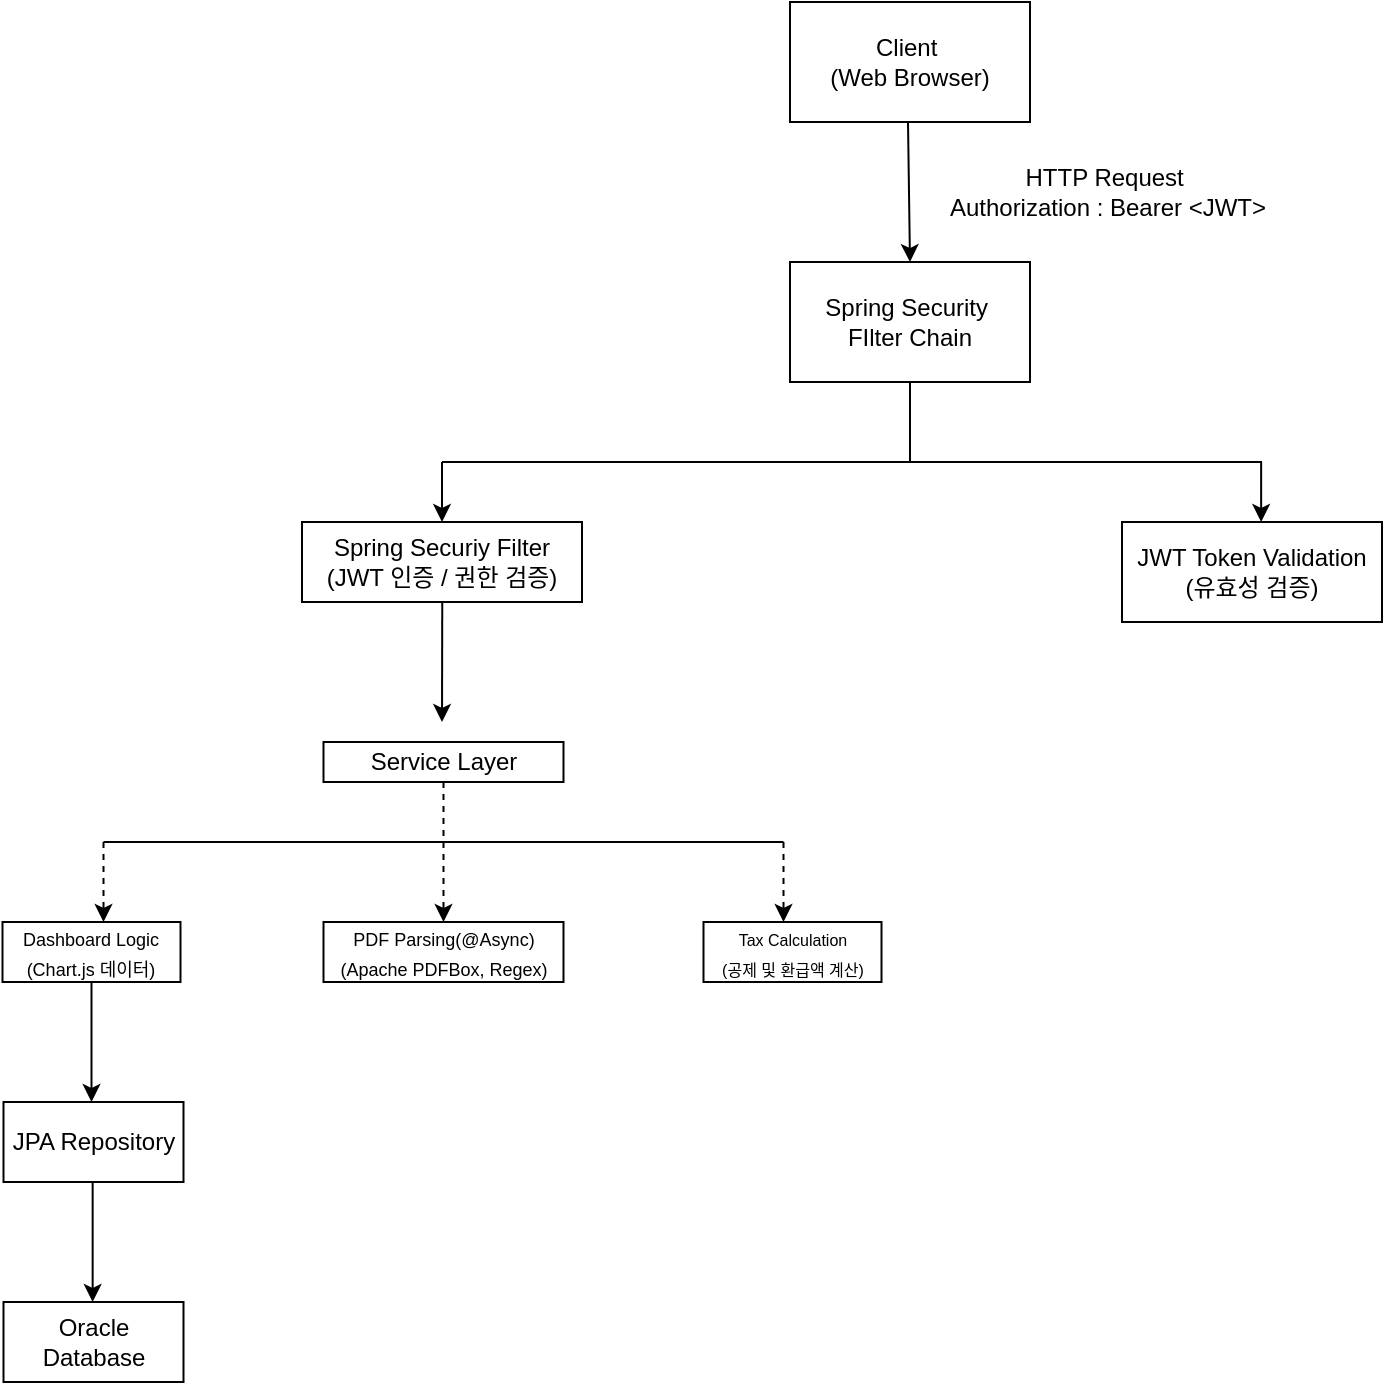
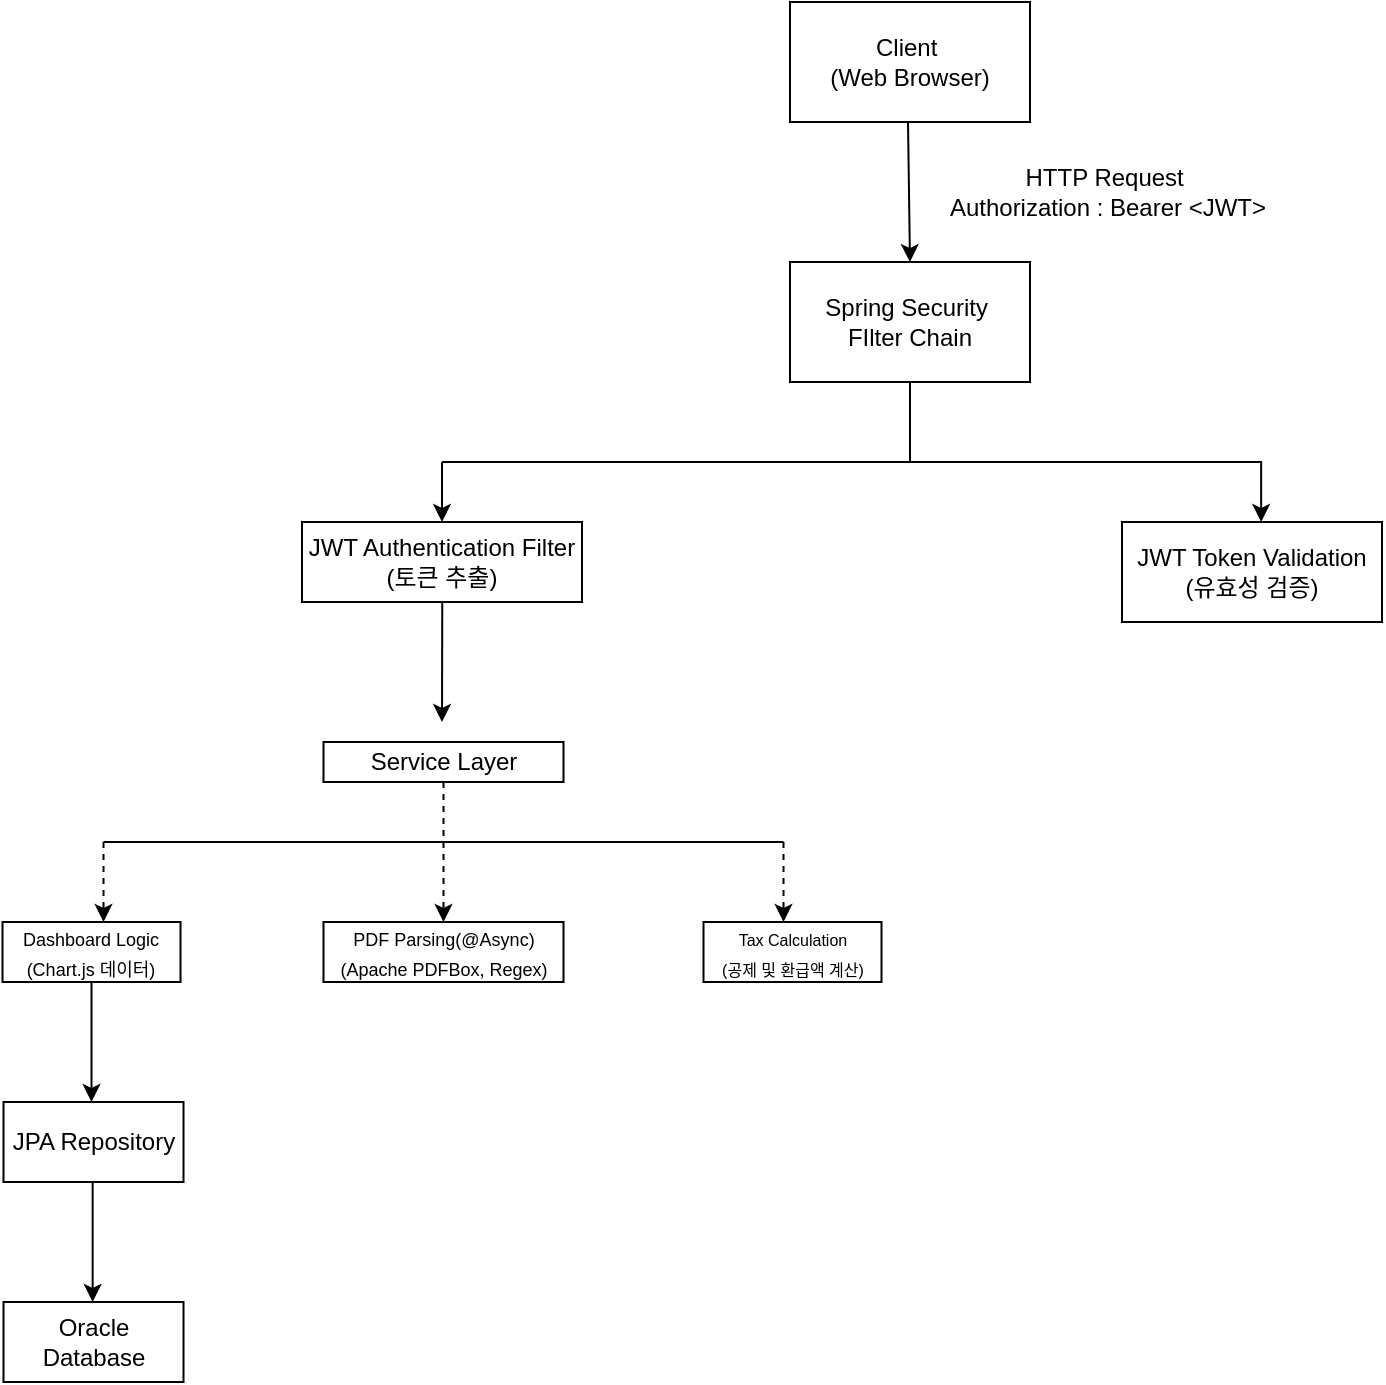
<mxfile host="app.diagrams.net" agent="Mozilla/5.0 (Windows NT 10.0; Win64; x64) AppleWebKit/537.36 (KHTML, like Gecko) Chrome/150.0.0.0 Safari/537.36" version="28.2.8">
  <diagram name="페이지-1" id="4kp-m6i04VOWGrunXJ56">
    <mxGraphModel dx="2130" dy="659" grid="1" gridSize="10" guides="1" tooltips="1" connect="1" arrows="1" fold="1" page="1" pageScale="1" pageWidth="827" pageHeight="1169" math="0" shadow="0">
      <root>
        <mxCell id="0" />
        <mxCell id="1" parent="0" />
        <mxCell id="VYmjPpiDpjrAah7BQ8Lu-1" value="Client&amp;nbsp;&lt;div&gt;(Web Browser)&lt;/div&gt;" style="rounded=0;whiteSpace=wrap;html=1;" parent="1" vertex="1">
          <mxGeometry x="354" y="20" width="120" height="60" as="geometry" />
        </mxCell>
        <mxCell id="wzky8q1Li_-igpvC3kRc-1" value="Spring Security&amp;nbsp;&lt;br&gt;FIlter Chain" style="rounded=0;whiteSpace=wrap;html=1;" vertex="1" parent="1">
          <mxGeometry x="354" y="150" width="120" height="60" as="geometry" />
        </mxCell>
        <mxCell id="wzky8q1Li_-igpvC3kRc-2" value="" style="endArrow=classic;html=1;rounded=0;entryX=0.5;entryY=0;entryDx=0;entryDy=0;" edge="1" parent="1" target="wzky8q1Li_-igpvC3kRc-1">
          <mxGeometry width="50" height="50" relative="1" as="geometry">
            <mxPoint x="413" y="80" as="sourcePoint" />
            <mxPoint x="463" y="30" as="targetPoint" />
          </mxGeometry>
        </mxCell>
        <mxCell id="wzky8q1Li_-igpvC3kRc-3" value="HTTP Request&amp;nbsp;&lt;div&gt;Authorization : Bearer &amp;lt;JWT&amp;gt;&lt;/div&gt;" style="text;html=1;whiteSpace=wrap;strokeColor=none;fillColor=none;align=center;verticalAlign=middle;rounded=0;" vertex="1" parent="1">
          <mxGeometry x="430" y="100" width="166" height="30" as="geometry" />
        </mxCell>
        <mxCell id="wzky8q1Li_-igpvC3kRc-5" value="" style="endArrow=none;html=1;rounded=0;entryX=0.5;entryY=1;entryDx=0;entryDy=0;" edge="1" parent="1" target="wzky8q1Li_-igpvC3kRc-1">
          <mxGeometry width="50" height="50" relative="1" as="geometry">
            <mxPoint x="414" y="250" as="sourcePoint" />
            <mxPoint x="460" y="240" as="targetPoint" />
          </mxGeometry>
        </mxCell>
        <mxCell id="wzky8q1Li_-igpvC3kRc-7" value="" style="endArrow=none;html=1;rounded=0;" edge="1" parent="1">
          <mxGeometry width="50" height="50" relative="1" as="geometry">
            <mxPoint x="180" y="250" as="sourcePoint" />
            <mxPoint x="590" y="250" as="targetPoint" />
          </mxGeometry>
        </mxCell>
        <mxCell id="wzky8q1Li_-igpvC3kRc-9" value="" style="endArrow=classic;html=1;rounded=0;" edge="1" parent="1">
          <mxGeometry width="50" height="50" relative="1" as="geometry">
            <mxPoint x="180" y="250" as="sourcePoint" />
            <mxPoint x="180" y="280" as="targetPoint" />
          </mxGeometry>
        </mxCell>
-         <mxCell id="wzky8q1Li_-igpvC3kRc-10" value="Spring Securiy Filter&lt;div&gt;(JWT 인증 / 권한 검증)&lt;/div&gt;" style="rounded=0;whiteSpace=wrap;html=1;" vertex="1" parent="1">
+         <mxCell id="wzky8q1Li_-igpvC3kRc-10" value="JWT Authentication Filter&lt;div&gt;(토큰 추출)&lt;/div&gt;" style="rounded=0;whiteSpace=wrap;html=1;" vertex="1" parent="1">
          <mxGeometry x="110" y="280" width="140" height="40" as="geometry" />
        </mxCell>
        <mxCell id="wzky8q1Li_-igpvC3kRc-11" value="" style="endArrow=classic;html=1;rounded=0;" edge="1" parent="1">
          <mxGeometry width="50" height="50" relative="1" as="geometry">
            <mxPoint x="589.57" y="250" as="sourcePoint" />
            <mxPoint x="589.57" y="280" as="targetPoint" />
          </mxGeometry>
        </mxCell>
        <mxCell id="wzky8q1Li_-igpvC3kRc-12" value="JWT Token Validation&lt;div&gt;(유효성 검증)&lt;/div&gt;" style="rounded=0;whiteSpace=wrap;html=1;" vertex="1" parent="1">
          <mxGeometry x="520" y="280" width="130" height="50" as="geometry" />
        </mxCell>
        <mxCell id="wzky8q1Li_-igpvC3kRc-13" value="" style="endArrow=classic;html=1;rounded=0;" edge="1" parent="1">
          <mxGeometry width="50" height="50" relative="1" as="geometry">
            <mxPoint x="180.13" y="320" as="sourcePoint" />
            <mxPoint x="180" y="380" as="targetPoint" />
          </mxGeometry>
        </mxCell>
        <mxCell id="wzky8q1Li_-igpvC3kRc-14" value="Service Layer" style="rounded=0;whiteSpace=wrap;html=1;" vertex="1" parent="1">
          <mxGeometry x="120.75" y="390" width="120" height="20" as="geometry" />
        </mxCell>
        <mxCell id="wzky8q1Li_-igpvC3kRc-16" value="" style="endArrow=classic;html=1;rounded=0;dashed=1;" edge="1" parent="1">
          <mxGeometry width="50" height="50" relative="1" as="geometry">
            <mxPoint x="180.75" y="410" as="sourcePoint" />
            <mxPoint x="180.75" y="480" as="targetPoint" />
          </mxGeometry>
        </mxCell>
        <mxCell id="wzky8q1Li_-igpvC3kRc-17" value="" style="endArrow=none;html=1;rounded=0;" edge="1" parent="1">
          <mxGeometry width="50" height="50" relative="1" as="geometry">
            <mxPoint x="10.75" y="440" as="sourcePoint" />
            <mxPoint x="350.75" y="440" as="targetPoint" />
          </mxGeometry>
        </mxCell>
        <mxCell id="wzky8q1Li_-igpvC3kRc-18" value="" style="endArrow=classic;html=1;rounded=0;dashed=1;" edge="1" parent="1">
          <mxGeometry width="50" height="50" relative="1" as="geometry">
            <mxPoint x="10.75" y="440" as="sourcePoint" />
            <mxPoint x="10.75" y="480" as="targetPoint" />
          </mxGeometry>
        </mxCell>
        <mxCell id="wzky8q1Li_-igpvC3kRc-19" value="" style="endArrow=classic;html=1;rounded=0;dashed=1;" edge="1" parent="1">
          <mxGeometry width="50" height="50" relative="1" as="geometry">
            <mxPoint x="350.75" y="440" as="sourcePoint" />
            <mxPoint x="350.75" y="480" as="targetPoint" />
          </mxGeometry>
        </mxCell>
        <mxCell id="wzky8q1Li_-igpvC3kRc-20" value="&lt;font style=&quot;font-size: 9px;&quot;&gt;Dashboard Logic&lt;/font&gt;&lt;div&gt;&lt;font style=&quot;font-size: 9px;&quot;&gt;(Chart.js 데이터)&lt;/font&gt;&lt;/div&gt;" style="rounded=0;whiteSpace=wrap;html=1;" vertex="1" parent="1">
          <mxGeometry x="-39.75" y="480" width="89" height="30" as="geometry" />
        </mxCell>
        <mxCell id="wzky8q1Li_-igpvC3kRc-21" value="&lt;font style=&quot;font-size: 9px;&quot;&gt;PDF Parsing(@Async)&lt;/font&gt;&lt;div&gt;&lt;font style=&quot;font-size: 9px;&quot;&gt;(Apache PDFBox, Regex)&lt;/font&gt;&lt;/div&gt;" style="rounded=0;whiteSpace=wrap;html=1;" vertex="1" parent="1">
          <mxGeometry x="120.75" y="480" width="120" height="30" as="geometry" />
        </mxCell>
        <mxCell id="wzky8q1Li_-igpvC3kRc-22" value="&lt;font style=&quot;font-size: 8px;&quot;&gt;Tax Calculation&lt;/font&gt;&lt;div&gt;&lt;font style=&quot;font-size: 8px;&quot;&gt;(공제 및 환급액 계산)&lt;/font&gt;&lt;/div&gt;" style="rounded=0;whiteSpace=wrap;html=1;" vertex="1" parent="1">
          <mxGeometry x="310.75" y="480" width="89" height="30" as="geometry" />
        </mxCell>
        <mxCell id="wzky8q1Li_-igpvC3kRc-23" value="" style="endArrow=classic;html=1;rounded=0;exitX=0.5;exitY=1;exitDx=0;exitDy=0;" edge="1" parent="1" source="wzky8q1Li_-igpvC3kRc-20">
          <mxGeometry width="50" height="50" relative="1" as="geometry">
            <mxPoint x="-29.25" y="600" as="sourcePoint" />
            <mxPoint x="4.75" y="570" as="targetPoint" />
            <Array as="points" />
          </mxGeometry>
        </mxCell>
        <mxCell id="wzky8q1Li_-igpvC3kRc-24" value="JPA Repository" style="rounded=0;whiteSpace=wrap;html=1;" vertex="1" parent="1">
          <mxGeometry x="-39.25" y="570" width="90" height="40" as="geometry" />
        </mxCell>
        <mxCell id="wzky8q1Li_-igpvC3kRc-25" value="" style="endArrow=classic;html=1;rounded=0;exitX=0.5;exitY=1;exitDx=0;exitDy=0;" edge="1" parent="1">
          <mxGeometry width="50" height="50" relative="1" as="geometry">
            <mxPoint x="5.319999999999993" y="610" as="sourcePoint" />
            <mxPoint x="5.319999999999993" y="670" as="targetPoint" />
            <Array as="points" />
          </mxGeometry>
        </mxCell>
        <mxCell id="wzky8q1Li_-igpvC3kRc-26" value="Oracle Database" style="rounded=0;whiteSpace=wrap;html=1;" vertex="1" parent="1">
          <mxGeometry x="-39.25" y="670" width="90" height="40" as="geometry" />
        </mxCell>
      </root>
    </mxGraphModel>
  </diagram>
</mxfile>
